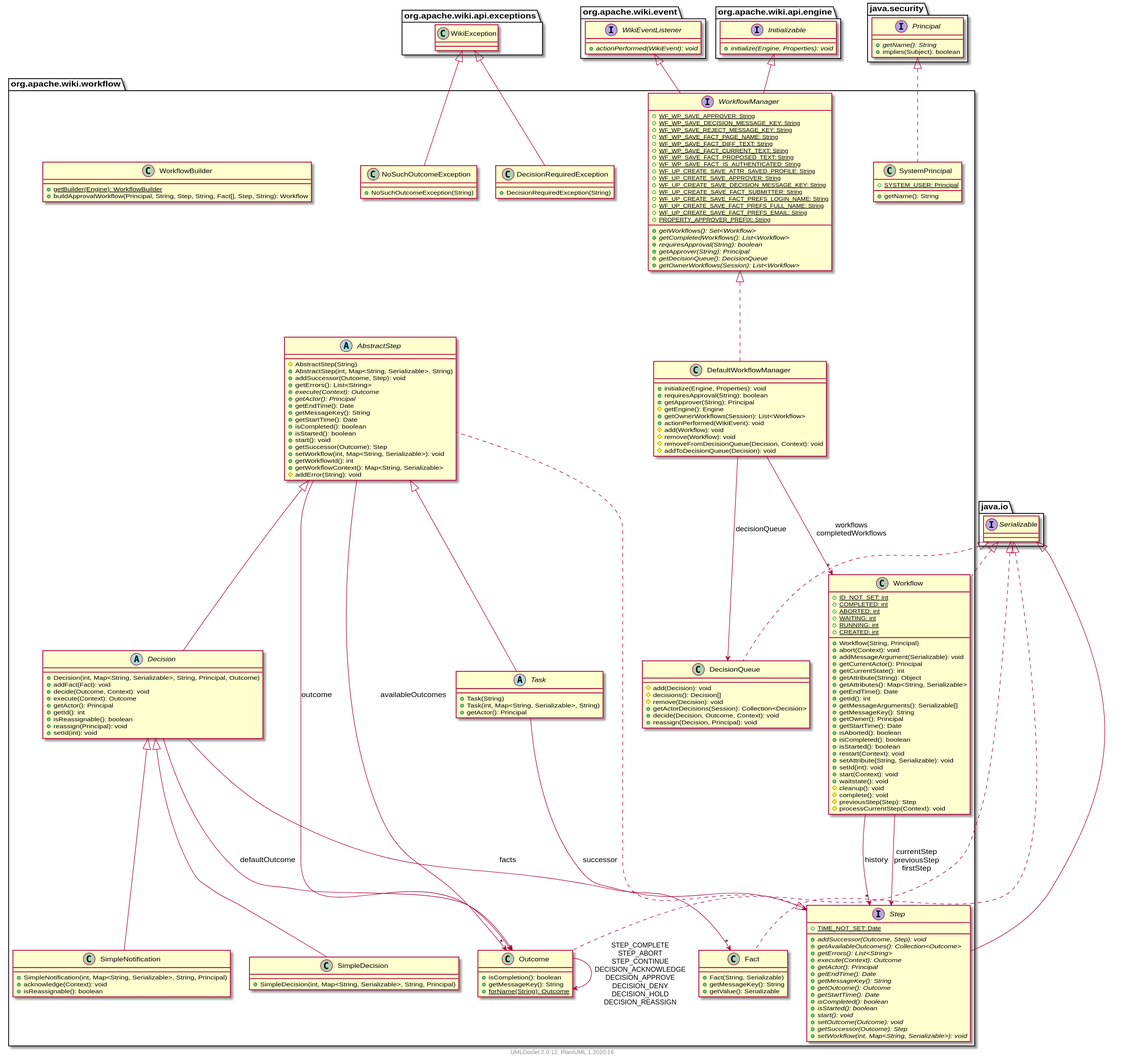
apache/jspwiki-site keeps this PlantUML diagram as apidocs/2.11.0-SNAPSHOT/org/apache/wiki/workflow/package.svg. Above is the earlier version.
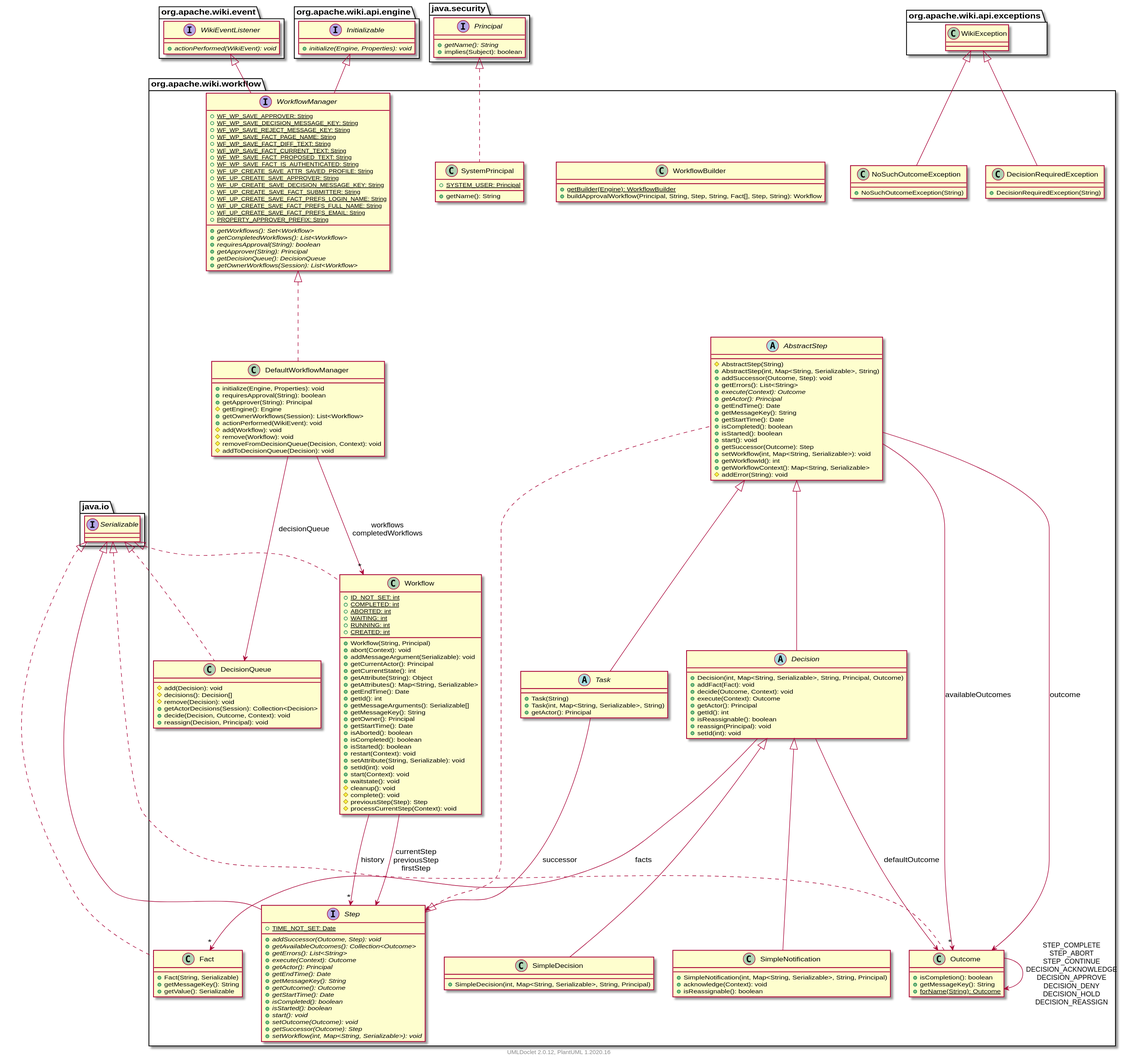
After the change.

What changed in the source:
```diff
@@ -1,19 +1,5 @@
 @startuml
     namespace org.apache.wiki.workflow {
-
-        class SimpleDecision [[SimpleDecision.html]] {
-            +SimpleDecision(int, Map<String, Serializable>, String, Principal)
-        }
-
-        class NoSuchOutcomeException [[NoSuchOutcomeException.html]] {
-            +NoSuchOutcomeException(String)
-        }
-
-        abstract class Task [[Task.html]] {
-            +Task(String)
-            +Task(int, Map<String, Serializable>, String)
-            +getActor(): Principal
-        }
 
         abstract class AbstractStep [[AbstractStep.html]] {
             #AbstractStep(String)
@@ -33,32 +19,6 @@
             +getWorkflowId(): int
             +getWorkflowContext(): Map<String, Serializable>
             #addError(String): void
-        }
-
-        class DecisionQueue [[DecisionQueue.html]] {
-            #add(Decision): void
-            #decisions(): Decision[]
-            #remove(Decision): void
-            +getActorDecisions(Session): Collection<Decision>
-            +decide(Decision, Outcome, Context): void
-            +reassign(Decision, Principal): void
-        }
-
-        class DecisionRequiredException [[DecisionRequiredException.html]] {
-            +DecisionRequiredException(String)
-        }
-
-        class DefaultWorkflowManager [[DefaultWorkflowManager.html]] {
-            +initialize(Engine, Properties): void
-            +requiresApproval(String): boolean
-            +getApprover(String): Principal
-            #getEngine(): Engine
-            +getOwnerWorkflows(Session): List<Workflow>
-            +actionPerformed(WikiEvent): void
-            #add(Workflow): void
-            #remove(Workflow): void
-            #removeFromDecisionQueue(Decision, Context): void
-            #addToDecisionQueue(Decision): void
         }
 
         class Workflow [[Workflow.html]] {
@@ -95,29 +55,19 @@
             #processCurrentStep(Context): void
         }
 
+        class DecisionQueue [[DecisionQueue.html]] {
+            #add(Decision): void
+            #decisions(): Decision[]
+            #remove(Decision): void
+            +getActorDecisions(Session): Collection<Decision>
+            +decide(Decision, Outcome, Context): void
+            +reassign(Decision, Principal): void
+        }
+
         class Outcome [[Outcome.html]] {
             +isCompletion(): boolean
             +getMessageKey(): String
             {static} +forName(String): Outcome
-        }
-
-        interface Step [[Step.html]] {
-            {static} +TIME_NOT_SET: Date
-            {abstract} +addSuccessor(Outcome, Step): void
-            {abstract} +getAvailableOutcomes(): Collection<Outcome>
-            {abstract} +getErrors(): List<String>
-            {abstract} +execute(Context): Outcome
-            {abstract} +getActor(): Principal
-            {abstract} +getEndTime(): Date
-            {abstract} +getMessageKey(): String
-            {abstract} +getOutcome(): Outcome
-            {abstract} +getStartTime(): Date
-            {abstract} +isCompleted(): boolean
-            {abstract} +isStarted(): boolean
-            {abstract} +start(): void
-            {abstract} +setOutcome(Outcome): void
-            {abstract} +getSuccessor(Outcome): Step
-            {abstract} +setWorkflow(int, Map<String, Serializable>): void
         }
 
         interface WorkflowManager [[WorkflowManager.html]] {
@@ -145,10 +95,23 @@
             {abstract} +getOwnerWorkflows(Session): List<Workflow>
         }
 
-        class SimpleNotification [[SimpleNotification.html]] {
-            +SimpleNotification(int, Map<String, Serializable>, String, Principal)
-            +acknowledge(Context): void
-            +isReassignable(): boolean
+        class Fact [[Fact.html]] {
+            +Fact(String, Serializable)
+            +getMessageKey(): String
+            +getValue(): Serializable
+        }
+
+        class DefaultWorkflowManager [[DefaultWorkflowManager.html]] {
+            +initialize(Engine, Properties): void
+            +requiresApproval(String): boolean
+            +getApprover(String): Principal
+            #getEngine(): Engine
+            +getOwnerWorkflows(Session): List<Workflow>
+            +actionPerformed(WikiEvent): void
+            #add(Workflow): void
+            #remove(Workflow): void
+            #removeFromDecisionQueue(Decision, Context): void
+            #addToDecisionQueue(Decision): void
         }
 
         class SystemPrincipal [[SystemPrincipal.html]] {
@@ -156,10 +119,10 @@
             +getName(): String
         }
 
-        class Fact [[Fact.html]] {
-            +Fact(String, Serializable)
-            +getMessageKey(): String
-            +getValue(): Serializable
+        abstract class Task [[Task.html]] {
+            +Task(String)
+            +Task(int, Map<String, Serializable>, String)
+            +getActor(): Principal
         }
 
         abstract class Decision [[Decision.html]] {
@@ -179,37 +142,69 @@
             +buildApprovalWorkflow(Principal, String, Step, String, Fact[], Step, String): Workflow
         }
 
-        Decision <|-- SimpleDecision
-        org.apache.wiki.api.exceptions.WikiException <|-- NoSuchOutcomeException
-        AbstractStep <|-- Task
-        Task --> Step: successor
+        class DecisionRequiredException [[DecisionRequiredException.html]] {
+            +DecisionRequiredException(String)
+        }
+
+        class NoSuchOutcomeException [[NoSuchOutcomeException.html]] {
+            +NoSuchOutcomeException(String)
+        }
+
+        interface Step [[Step.html]] {
+            {static} +TIME_NOT_SET: Date
+            {abstract} +addSuccessor(Outcome, Step): void
+            {abstract} +getAvailableOutcomes(): Collection<Outcome>
+            {abstract} +getErrors(): List<String>
+            {abstract} +execute(Context): Outcome
+            {abstract} +getActor(): Principal
+            {abstract} +getEndTime(): Date
+            {abstract} +getMessageKey(): String
+            {abstract} +getOutcome(): Outcome
+            {abstract} +getStartTime(): Date
+            {abstract} +isCompleted(): boolean
+            {abstract} +isStarted(): boolean
+            {abstract} +start(): void
+            {abstract} +setOutcome(Outcome): void
+            {abstract} +getSuccessor(Outcome): Step
+            {abstract} +setWorkflow(int, Map<String, Serializable>): void
+        }
+
+        class SimpleDecision [[SimpleDecision.html]] {
+            +SimpleDecision(int, Map<String, Serializable>, String, Principal)
+        }
+
+        class SimpleNotification [[SimpleNotification.html]] {
+            +SimpleNotification(int, Map<String, Serializable>, String, Principal)
+            +acknowledge(Context): void
+            +isReassignable(): boolean
+        }
+
         Step <|.. AbstractStep
         AbstractStep --> "*" Outcome: availableOutcomes
         AbstractStep --> Outcome: outcome
+        java.io.Serializable <|.. Workflow
+        Workflow --> "*" Step: history
+        Workflow --> Step: currentStep\npreviousStep\nfirstStep
         java.io.Serializable <|.. DecisionQueue
-        org.apache.wiki.api.exceptions.WikiException <|-- DecisionRequiredException
+        java.io.Serializable <|.. Outcome
+        Outcome --> Outcome: STEP_COMPLETE\nSTEP_ABORT\nSTEP_CONTINUE\nDECISION_ACKNOWLEDGE\nDECISION_APPROVE\nDECISION_DENY\nDECISION_HOLD\nDECISION_REASSIGN
+        org.apache.wiki.event.WikiEventListener <|-- WorkflowManager
+        org.apache.wiki.api.engine.Initializable <|-- WorkflowManager
+        java.io.Serializable <|.. Fact
         WorkflowManager <|.. DefaultWorkflowManager
         DefaultWorkflowManager --> "*" Workflow: workflows\ncompletedWorkflows
         DefaultWorkflowManager --> DecisionQueue: decisionQueue
-        java.io.Serializable <|.. Workflow
-        Workflow --> "*" Step: history
-        Workflow --> Step: currentStep\npreviousStep\nfirstStep
-        java.io.Serializable <|.. Outcome
-        Outcome --> Outcome: STEP_COMPLETE\nSTEP_ABORT\nSTEP_CONTINUE\nDECISION_ACKNOWLEDGE\nDECISION_APPROVE\nDECISION_DENY\nDECISION_HOLD\nDECISION_REASSIGN
-        java.io.Serializable <|-- Step
-        org.apache.wiki.event.WikiEventListener <|-- WorkflowManager
-        org.apache.wiki.api.engine.Initializable <|-- WorkflowManager
-        Decision <|-- SimpleNotification
         java.security.Principal <|.. SystemPrincipal
-        java.io.Serializable <|.. Fact
+        AbstractStep <|-- Task
+        Task --> Step: successor
         AbstractStep <|-- Decision
         Decision --> Outcome: defaultOutcome
         Decision --> "*" Fact: facts
-    }
-
-    namespace org.apache.wiki.api.exceptions {
-        class WikiException [[../api/exceptions/WikiException.html]] {
-        }
+        org.apache.wiki.api.exceptions.WikiException <|-- DecisionRequiredException
+        org.apache.wiki.api.exceptions.WikiException <|-- NoSuchOutcomeException
+        java.io.Serializable <|-- Step
+        Decision <|-- SimpleDecision
+        Decision <|-- SimpleNotification
     }
 
     namespace java.io {
@@ -235,5 +230,10 @@
         }
     }
 
+    namespace org.apache.wiki.api.exceptions {
+        class WikiException [[../api/exceptions/WikiException.html]] {
+        }
+    }
+
     center footer UMLDoclet 2.0.12, PlantUML 1.2020.16
 @enduml
```
